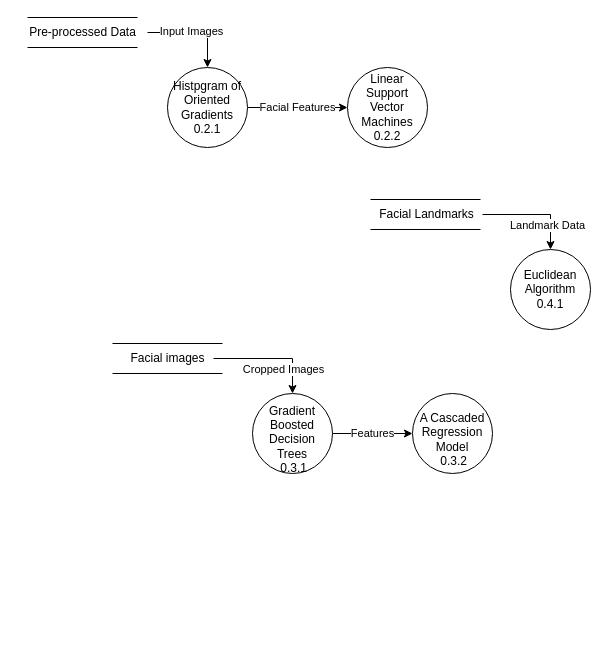
347115683/Diagram keeps this draw.io diagram as Untitled Diagram.drawio. Above is the earlier version. Source tidied: cells renumbered, new cells numbered last; positions are measured from the earlier drawing's top-left corner, leaving out a move shared by most shapes. Both pictures are drawn from the tidied source at 100%, with x=0, y=0 at pixel (17, 17).
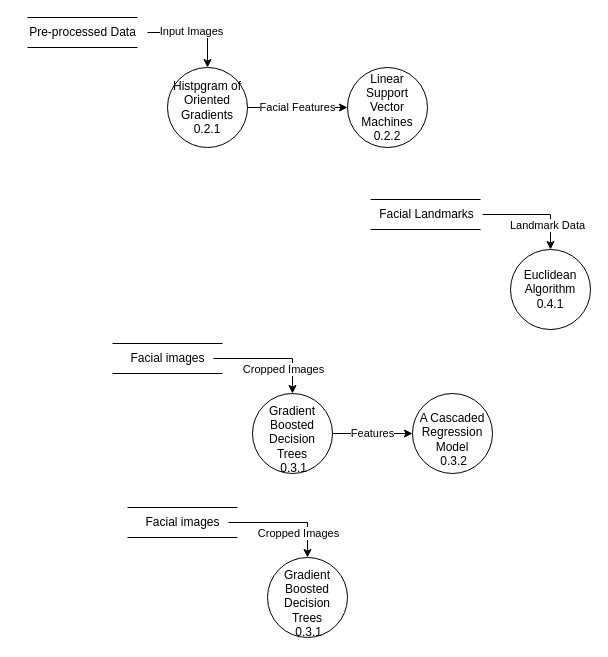
The same page after the edit.

Diff of the diagram source:
```diff
@@
+    <mxCell id="24" value="&lt;p class=&quot;MsoNormal&quot;&gt;&lt;/p&gt;Gradient Boosted Decision Trees&lt;br&gt;&amp;nbsp;0.3.1" style="ellipse;whiteSpace=wrap;html=1;" parent="1" vertex="1">
+      <mxGeometry x="250" y="540" width="80" height="80" as="geometry" />
+    </mxCell>
+    <mxCell id="25" style="endArrow=none;html=1;rounded=0;" parent="1" edge="1">
+      <mxGeometry relative="1" as="geometry">
+        <mxPoint x="110" y="520" as="sourcePoint" />
+        <mxPoint x="220" y="520" as="targetPoint" />
+      </mxGeometry>
+    </mxCell>
+    <mxCell id="26" style="edgeStyle=orthogonalEdgeStyle;rounded=0;jettySize=auto;html=1;" parent="1" edge="1" source="28" target="24">
+      <mxGeometry relative="1" as="geometry" />
+    </mxCell>
+    <mxCell id="27" value="Cropped Images" style="edgeLabel;html=1;align=center;verticalAlign=middle;" parent="26" vertex="1">
+      <mxGeometry x="-0.09" y="2" relative="1" as="geometry">
+        <mxPoint x="17" y="12" as="offset" />
+      </mxGeometry>
+    </mxCell>
+    <mxCell id="28" value="Facial images" style="text;html=1;align=center;verticalAlign=middle;points=[];strokeColor=none;fillColor=none;" parent="1" vertex="1">
+      <mxGeometry x="119" y="492" width="92" height="26" as="geometry" />
+    </mxCell>
+    <mxCell id="29" style="endArrow=none;html=1;rounded=0;" parent="1" edge="1">
+      <mxGeometry relative="1" as="geometry">
+        <mxPoint x="110" y="490" as="sourcePoint" />
+        <mxPoint x="220" y="490" as="targetPoint" />
+      </mxGeometry>
+    </mxCell>
```
